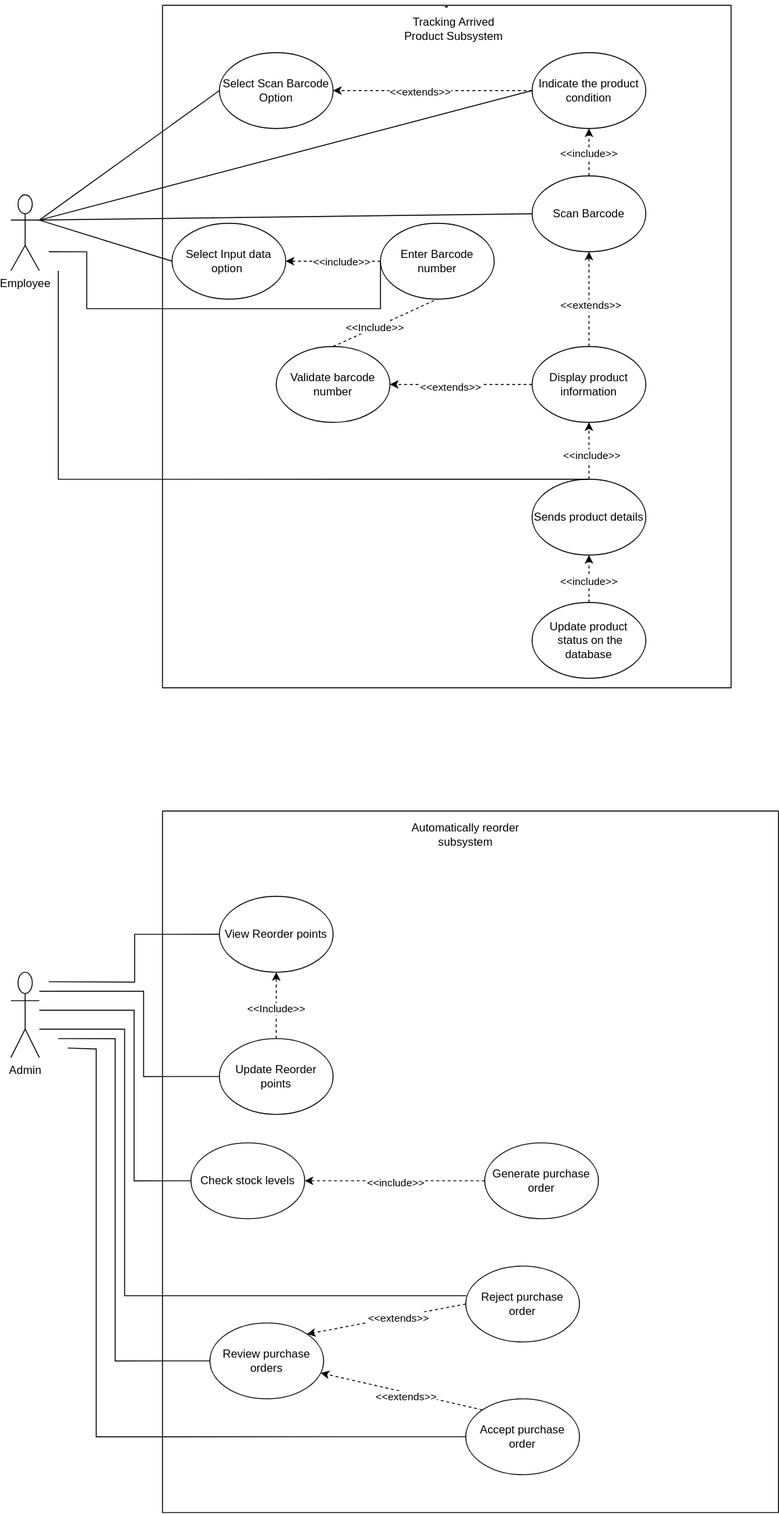
Earlier version of the draw.io export Gubevu_Usecases.svg (Simamkele88/IFM3_GP). Source tidied: cells renumbered, new cells last; positions are measured from the earlier drawing's top-left corner, leaving out a move shared by most shapes.
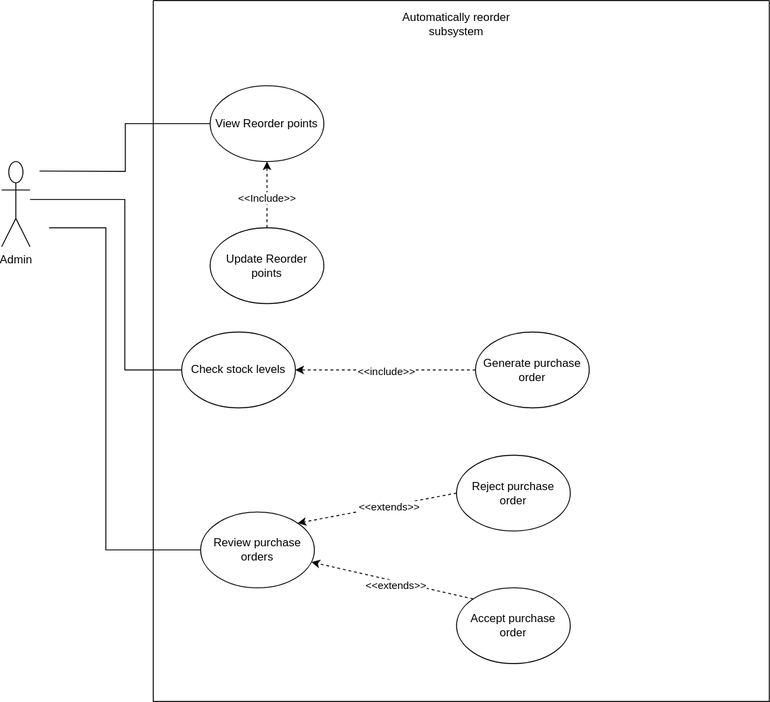
The same file after the commit.

What changed in the source:
```diff
@@ -2,125 +2,6 @@
   <root>
     <mxCell id="0" />
     <mxCell id="1" parent="0" />
-    <mxCell id="2" value="-" style="swimlane;startSize=0;" parent="1" vertex="1">
-      <mxGeometry x="160" width="600" height="720" as="geometry" />
-    </mxCell>
-    <mxCell id="3" value="Tracking Arrived Product Subsystem" style="text;html=1;align=center;verticalAlign=middle;whiteSpace=wrap;rounded=0;" parent="2" vertex="1">
-      <mxGeometry x="250" y="10" width="115" height="30" as="geometry" />
-    </mxCell>
-    <mxCell id="4" value="Select Scan Barcode Option" style="ellipse;whiteSpace=wrap;html=1;" parent="2" vertex="1">
-      <mxGeometry x="60" y="50" width="120" height="80" as="geometry" />
-    </mxCell>
-    <mxCell id="5" value="Indicate the product condition" style="ellipse;whiteSpace=wrap;html=1;" parent="2" vertex="1">
-      <mxGeometry x="390" y="50" width="120" height="80" as="geometry" />
-    </mxCell>
-    <mxCell id="6" value="Scan Barcode" style="ellipse;whiteSpace=wrap;html=1;" parent="2" vertex="1">
-      <mxGeometry x="390" y="180" width="120" height="80" as="geometry" />
-    </mxCell>
-    <mxCell id="7" value="Select Input data option&amp;nbsp;" style="ellipse;whiteSpace=wrap;html=1;" parent="2" vertex="1">
-      <mxGeometry x="10" y="230" width="120" height="80" as="geometry" />
-    </mxCell>
-    <mxCell id="8" value="Display product information" style="ellipse;whiteSpace=wrap;html=1;" parent="2" vertex="1">
-      <mxGeometry x="390" y="360" width="120" height="80" as="geometry" />
-    </mxCell>
-    <mxCell id="9" value="Sends product details" style="ellipse;whiteSpace=wrap;html=1;" parent="2" vertex="1">
-      <mxGeometry x="390" y="500" width="120" height="80" as="geometry" />
-    </mxCell>
-    <mxCell id="10" value="Update product&lt;br&gt;&amp;nbsp;status on the database" style="ellipse;whiteSpace=wrap;html=1;" parent="2" vertex="1">
-      <mxGeometry x="390" y="630" width="120" height="80" as="geometry" />
-    </mxCell>
-    <mxCell id="11" style="endArrow=classic;html=1;rounded=0;exitX=0.5;exitY=0;exitDx=0;exitDy=0;entryX=0.5;entryY=1;entryDx=0;entryDy=0;dashed=1;" parent="2" edge="1" source="6" target="5">
-      <mxGeometry relative="1" as="geometry" />
-    </mxCell>
-    <mxCell id="12" value="&amp;lt;&amp;lt;include&amp;gt;&amp;gt;" style="edgeLabel;html=1;align=center;verticalAlign=middle;" parent="11" vertex="1">
-      <mxGeometry x="-0.05" y="1" relative="1" as="geometry" />
-    </mxCell>
-    <mxCell id="13" style="endArrow=classic;html=1;rounded=0;exitX=0.5;exitY=0;exitDx=0;exitDy=0;entryX=0.5;entryY=1;entryDx=0;entryDy=0;dashed=1;" parent="2" edge="1" source="8" target="6">
-      <mxGeometry relative="1" as="geometry" />
-    </mxCell>
-    <mxCell id="14" value="&amp;lt;&amp;lt;extends&amp;gt;&amp;gt;" style="edgeLabel;html=1;align=center;verticalAlign=middle;" parent="13" vertex="1">
-      <mxGeometry x="-0.11" relative="1" as="geometry">
-        <mxPoint x="1" as="offset" />
-      </mxGeometry>
-    </mxCell>
-    <mxCell id="15" style="endArrow=classic;html=1;rounded=0;entryX=1;entryY=0.5;entryDx=0;entryDy=0;dashed=1;exitX=0;exitY=0.5;exitDx=0;exitDy=0;" parent="2" edge="1" source="8" target="22">
-      <mxGeometry relative="1" as="geometry" />
-    </mxCell>
-    <mxCell id="16" value="&amp;lt;&amp;lt;extends&amp;gt;&amp;gt;" style="edgeLabel;html=1;align=center;verticalAlign=middle;" parent="15" vertex="1">
-      <mxGeometry x="0.16" y="2" relative="1" as="geometry" />
-    </mxCell>
-    <mxCell id="17" style="endArrow=classic;html=1;rounded=0;entryX=1;entryY=0.5;entryDx=0;entryDy=0;exitX=0;exitY=0.5;exitDx=0;exitDy=0;dashed=1;" parent="2" edge="1" source="5" target="4">
-      <mxGeometry relative="1" as="geometry" />
-    </mxCell>
-    <mxCell id="18" value="&amp;lt;&amp;lt;extends&amp;gt;&amp;gt;" style="edgeLabel;html=1;align=center;verticalAlign=middle;" parent="17" vertex="1">
-      <mxGeometry x="0.13" y="1" relative="1" as="geometry" />
-    </mxCell>
-    <mxCell id="19" style="endArrow=classic;html=1;rounded=0;entryX=0.5;entryY=1;entryDx=0;entryDy=0;exitX=0.5;exitY=0;exitDx=0;exitDy=0;dashed=1;" parent="2" edge="1" source="10" target="9">
-      <mxGeometry relative="1" as="geometry" />
-    </mxCell>
-    <mxCell id="20" value="&amp;lt;&amp;lt;include&amp;gt;&amp;gt;" style="edgeLabel;html=1;align=center;verticalAlign=middle;" parent="19" vertex="1">
-      <mxGeometry x="-0.08" y="1" relative="1" as="geometry" />
-    </mxCell>
-    <mxCell id="21" value="Enter Barcode number" style="ellipse;whiteSpace=wrap;html=1;" parent="2" vertex="1">
-      <mxGeometry x="230" y="230" width="120" height="80" as="geometry" />
-    </mxCell>
-    <mxCell id="22" value="Validate barcode number" style="ellipse;whiteSpace=wrap;html=1;" parent="2" vertex="1">
-      <mxGeometry x="120" y="360" width="120" height="80" as="geometry" />
-    </mxCell>
-    <mxCell id="23" style="endArrow=classic;html=1;rounded=0;entryX=1;entryY=0.5;entryDx=0;entryDy=0;exitX=0;exitY=0.5;exitDx=0;exitDy=0;dashed=1;" parent="2" edge="1" source="21" target="7">
-      <mxGeometry relative="1" as="geometry" />
-    </mxCell>
-    <mxCell id="24" value="&amp;lt;&amp;lt;include&amp;gt;&amp;gt;" style="edgeLabel;html=1;align=center;verticalAlign=middle;" parent="23" vertex="1">
-      <mxGeometry x="-0.17" relative="1" as="geometry" />
-    </mxCell>
-    <mxCell id="25" style="endArrow=none;html=1;rounded=0;exitX=0.5;exitY=0;exitDx=0;exitDy=0;entryX=0.5;entryY=1;entryDx=0;entryDy=0;startFill=0;dashed=1;" parent="2" edge="1" source="22" target="21">
-      <mxGeometry relative="1" as="geometry" />
-    </mxCell>
-    <mxCell id="26" value="&amp;lt;&amp;lt;Include&amp;gt;&amp;gt;" style="edgeLabel;html=1;align=center;verticalAlign=middle;" parent="25" vertex="1">
-      <mxGeometry x="-0.22" y="1" relative="1" as="geometry" />
-    </mxCell>
-    <mxCell id="27" style="endArrow=none;html=1;rounded=0;entryX=0.5;entryY=0;entryDx=0;entryDy=0;startFill=0;edgeStyle=orthogonalEdgeStyle;" parent="2" edge="1" target="9">
-      <mxGeometry relative="1" as="geometry">
-        <mxPoint x="-110" y="280" as="sourcePoint" />
-        <Array as="points">
-          <mxPoint x="-110" y="500" />
-        </Array>
-      </mxGeometry>
-    </mxCell>
-    <mxCell id="28" style="endArrow=classic;html=1;rounded=0;entryX=0.5;entryY=1;entryDx=0;entryDy=0;exitX=0.5;exitY=0;exitDx=0;exitDy=0;endFill=1;dashed=1;" parent="2" edge="1" source="9" target="8">
-      <mxGeometry relative="1" as="geometry" />
-    </mxCell>
-    <mxCell id="29" value="&amp;lt;&amp;lt;include&amp;gt;&amp;gt;" style="edgeLabel;html=1;align=center;verticalAlign=middle;" parent="28" vertex="1">
-      <mxGeometry x="-0.17" y="-2" relative="1" as="geometry" />
-    </mxCell>
-    <mxCell id="30" value="Employee&lt;div&gt;&lt;br&gt;&lt;/div&gt;" style="shape=umlActor;verticalLabelPosition=bottom;verticalAlign=top;html=1;outlineConnect=0;" parent="1" vertex="1">
-      <mxGeometry y="200" width="30" height="80" as="geometry" />
-    </mxCell>
-    <mxCell id="31" style="endArrow=none;html=1;rounded=0;entryX=0;entryY=0.5;entryDx=0;entryDy=0;startFill=0;exitX=1;exitY=0.3333333333333333;exitDx=0;exitDy=0;exitPerimeter=0;" parent="1" edge="1" source="30" target="4">
-      <mxGeometry relative="1" as="geometry" />
-    </mxCell>
-    <mxCell id="32" style="endArrow=none;html=1;rounded=0;endFill=1;startFill=0;entryX=0;entryY=0.5;entryDx=0;entryDy=0;exitX=1;exitY=0.3333333333333333;exitDx=0;exitDy=0;exitPerimeter=0;" parent="1" edge="1" source="30" target="7">
-      <mxGeometry relative="1" as="geometry" />
-    </mxCell>
-    <mxCell id="33" style="endArrow=none;html=1;rounded=0;entryX=0;entryY=0.5;entryDx=0;entryDy=0;startFill=0;exitX=1;exitY=0.3333333333333333;exitDx=0;exitDy=0;exitPerimeter=0;" parent="1" edge="1" source="30" target="5">
-      <mxGeometry relative="1" as="geometry" />
-    </mxCell>
-    <mxCell id="34" style="edgeStyle=orthogonalEdgeStyle;rounded=0;orthogonalLoop=1;jettySize=auto;html=1;exitX=0.5;exitY=1;exitDx=0;exitDy=0;" parent="1" edge="1" source="2" target="2">
-      <mxGeometry relative="1" as="geometry" />
-    </mxCell>
-    <mxCell id="35" style="endArrow=none;html=1;rounded=0;entryX=0;entryY=0.5;entryDx=0;entryDy=0;startFill=0;exitX=1;exitY=0.3333333333333333;exitDx=0;exitDy=0;exitPerimeter=0;" parent="1" edge="1" source="30" target="6">
-      <mxGeometry relative="1" as="geometry" />
-    </mxCell>
-    <mxCell id="36" style="endArrow=none;html=1;rounded=0;entryX=0;entryY=0.5;entryDx=0;entryDy=0;startFill=0;edgeStyle=orthogonalEdgeStyle;" parent="1" edge="1" target="21">
-      <mxGeometry relative="1" as="geometry">
-        <mxPoint x="40" y="260" as="sourcePoint" />
-        <Array as="points">
-          <mxPoint x="80" y="260" />
-          <mxPoint x="80" y="320" />
-          <mxPoint x="390" y="320" />
-        </Array>
-      </mxGeometry>
-    </mxCell>
     <mxCell id="37" style="swimlane;startSize=0;" parent="1" vertex="1">
       <mxGeometry x="160" y="850" width="650" height="740" as="geometry" />
     </mxCell>
@@ -180,14 +61,6 @@
     <mxCell id="55" value="Admin" style="shape=umlActor;verticalLabelPosition=bottom;verticalAlign=top;html=1;outlineConnect=0;" parent="1" vertex="1">
       <mxGeometry y="1020" width="30" height="90" as="geometry" />
     </mxCell>
-    <mxCell id="56" style="endArrow=none;html=1;rounded=0;entryX=0;entryY=0.5;entryDx=0;entryDy=0;edgeStyle=orthogonalEdgeStyle;startFill=0;" parent="1" edge="1" source="55" target="40">
-      <mxGeometry relative="1" as="geometry">
-        <Array as="points">
-          <mxPoint x="140" y="1040" />
-          <mxPoint x="140" y="1130" />
-        </Array>
-      </mxGeometry>
-    </mxCell>
     <mxCell id="57" style="endArrow=none;html=1;rounded=0;edgeStyle=orthogonalEdgeStyle;entryX=0;entryY=0.5;entryDx=0;entryDy=0;startFill=0;" parent="1" edge="1" target="47">
       <mxGeometry relative="1" as="geometry">
         <mxPoint x="50" y="1090" as="sourcePoint" />
@@ -197,24 +70,6 @@
         </Array>
       </mxGeometry>
     </mxCell>
-    <mxCell id="58" style="endArrow=none;html=1;rounded=0;edgeStyle=orthogonalEdgeStyle;entryX=0.007;entryY=0.391;entryDx=0;entryDy=0;startFill=0;entryPerimeter=0;" parent="1" edge="1" source="55" target="48">
-      <mxGeometry relative="1" as="geometry">
-        <Array as="points">
-          <mxPoint x="120" y="1080" />
-          <mxPoint x="120" y="1361" />
-        </Array>
-      </mxGeometry>
-    </mxCell>
-    <mxCell id="59" style="endArrow=none;html=1;rounded=0;entryX=0;entryY=0.5;entryDx=0;entryDy=0;edgeStyle=orthogonalEdgeStyle;startFill=0;" parent="1" edge="1" target="49">
-      <mxGeometry relative="1" as="geometry">
-        <mxPoint x="60" y="1100" as="sourcePoint" />
-        <Array as="points">
-          <mxPoint x="60" y="1101" />
-          <mxPoint x="90" y="1101" />
-          <mxPoint x="90" y="1510" />
-        </Array>
-      </mxGeometry>
-    </mxCell>
     <mxCell id="60" style="endArrow=none;html=1;rounded=0;edgeStyle=orthogonalEdgeStyle;entryX=0;entryY=0.5;entryDx=0;entryDy=0;startFill=0;" parent="1" edge="1" source="55" target="43">
       <mxGeometry relative="1" as="geometry">
         <Array as="points">
```
